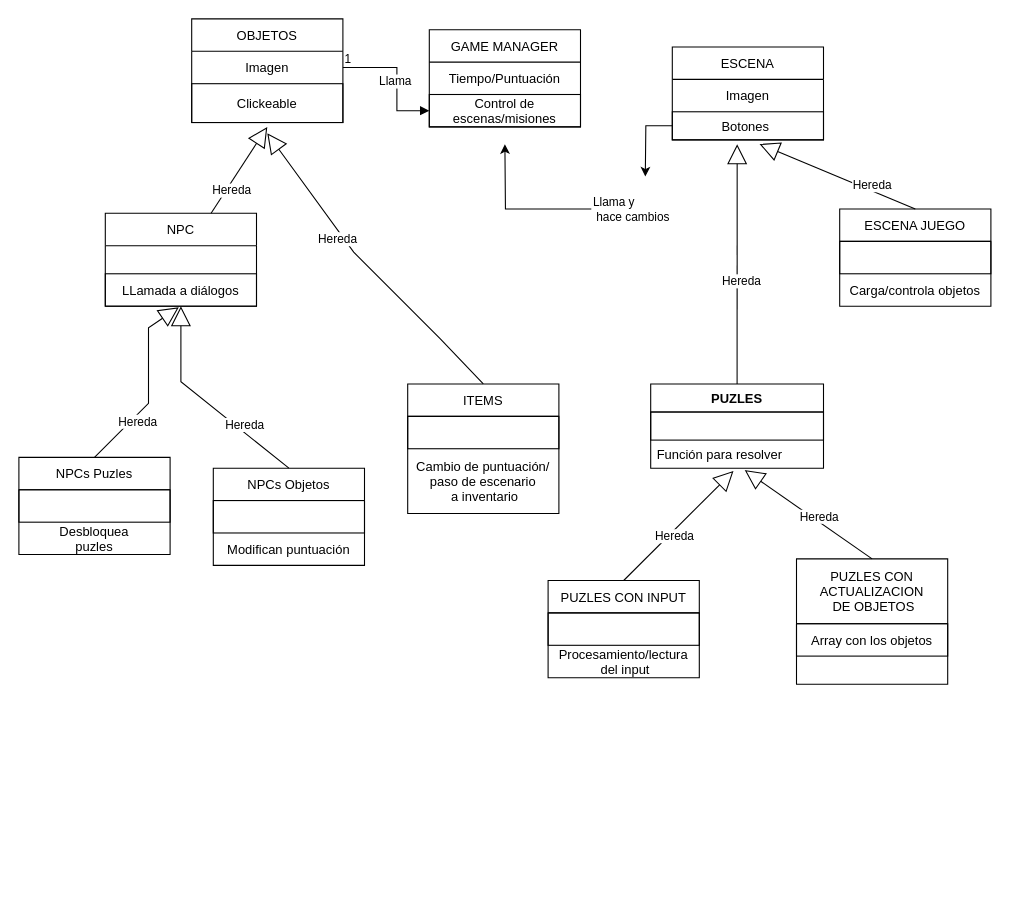
Above: assets/arte/The right man diagrama.drawio in elisatodd/Grupo-3-PVLI-2021-22 (draw.io), before the change. Source tidied: cells renumbered, new cells numbered last; positions are measured from the earlier drawing's top-left corner, leaving out a move shared by most shapes. Both pictures are drawn from the tidied source at 108%, with x=0, y=0 at pixel (18, 18).
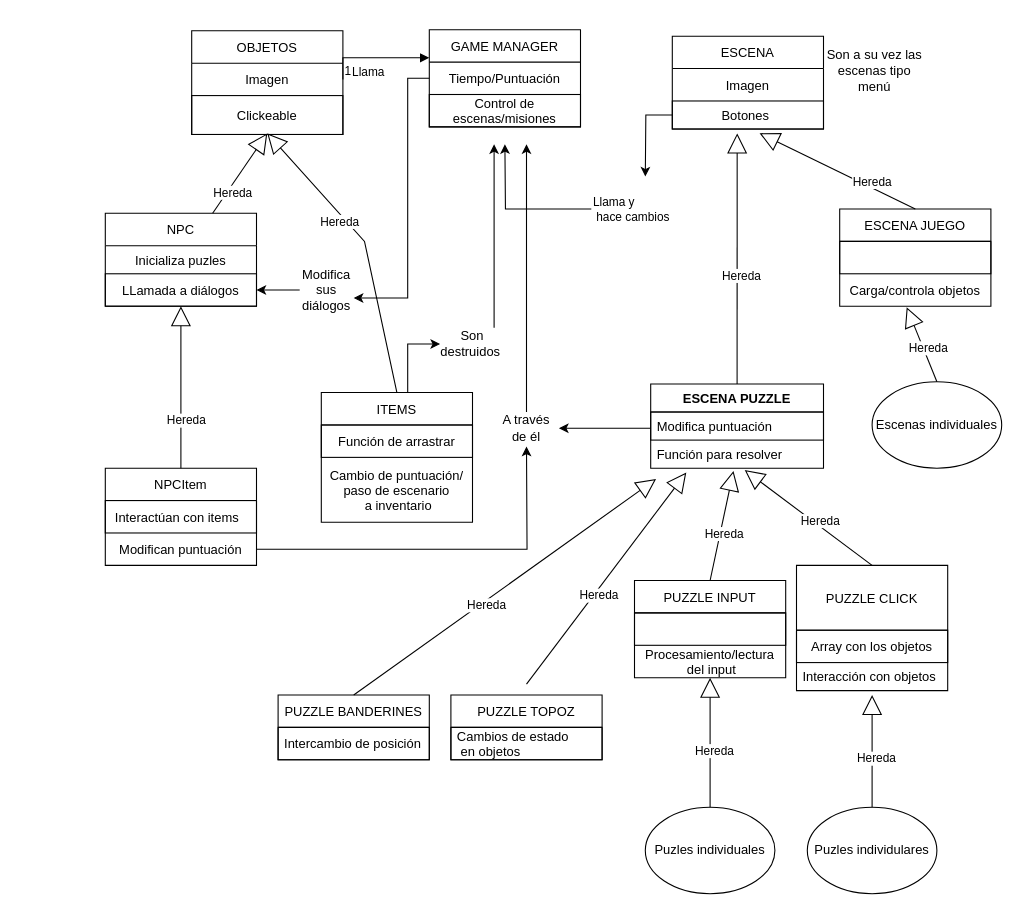
Above is the later version.

Commit message (it also covers changes not shown here):
Modificado UML

Unchanged cells that the change refers to:
```xml
<mxCell id="3" value="Imagen" style="text;strokeColor=none;fillColor=none;align=center;verticalAlign=middle;spacingLeft=4;spacingRight=4;overflow=hidden;points=[[0,0.5],[1,0.5]];portConstraint=eastwest;" parent="2" vertex="1">
  <mxGeometry y="30" width="140" height="30" as="geometry" />
</mxCell>
<mxCell id="11" value="GAME MANAGER" style="swimlane;fontStyle=0;horizontal=1;startSize=30;" parent="1" vertex="1">
  <mxGeometry x="380" y="10" width="140" height="90" as="geometry" />
</mxCell>
<mxCell id="19" value="Carga/controla objetos" style="text;strokeColor=none;fillColor=none;align=center;verticalAlign=middle;spacingLeft=4;spacingRight=4;overflow=hidden;points=[[0,0.5],[1,0.5]];portConstraint=eastwest;" parent="17" vertex="1">
  <mxGeometry y="60" width="140" height="30" as="geometry" />
</mxCell>
<mxCell id="26" value="NPC" style="swimlane;fontStyle=0;horizontal=1;startSize=30;" parent="1" vertex="1">
  <mxGeometry x="80" y="180" width="140" height="86" as="geometry" />
</mxCell>
<mxCell id="28" value="LLamada a diálogos" style="text;strokeColor=default;fillColor=none;align=center;verticalAlign=middle;spacingLeft=4;spacingRight=4;overflow=hidden;points=[[0,0.5],[1,0.5]];portConstraint=eastwest;" parent="26" vertex="1">
  <mxGeometry y="56" width="140" height="30" as="geometry" />
</mxCell>
<mxCell id="36" value="Función para resolver" style="text;strokeColor=none;fillColor=none;align=left;verticalAlign=top;spacingLeft=4;spacingRight=4;overflow=hidden;points=[[0,0.5],[1,0.5]];portConstraint=eastwest;" parent="34" vertex="1">
  <mxGeometry y="52" width="160" height="26" as="geometry" />
</mxCell>
<mxCell id="43" value="Modifican puntuación" style="text;strokeColor=none;fillColor=none;align=center;verticalAlign=middle;spacingLeft=4;spacingRight=4;overflow=hidden;points=[[0,0.5],[1,0.5]];portConstraint=eastwest;" parent="41" vertex="1">
  <mxGeometry y="60" width="140" height="30" as="geometry" />
</mxCell>
```

The edit, as a diff of the source:
```diff
@@
     <mxCell id="2" value="OBJETOS" style="swimlane;fontStyle=0;horizontal=1;startSize=30;" parent="1" vertex="1">
-      <mxGeometry x="160" width="140" height="96" as="geometry" />
+      <mxGeometry x="160" y="11" width="140" height="96" as="geometry" />
     </mxCell>
@@
-    <mxCell id="5" value="NPCs Puzles" style="swimlane;fontStyle=0;horizontal=1;startSize=30;" parent="1" vertex="1">
-      <mxGeometry y="406" width="140" height="90" as="geometry" />
-    </mxCell>
-    <mxCell id="6" value="  " style="text;strokeColor=default;fillColor=none;align=center;verticalAlign=middle;spacingLeft=4;spacingRight=4;overflow=hidden;" parent="5" vertex="1">
-      <mxGeometry y="30" width="140" height="30" as="geometry" />
-    </mxCell>
-    <mxCell id="7" value="Desbloquea &#10;puzles" style="text;strokeColor=none;fillColor=none;align=center;verticalAlign=middle;spacingLeft=4;spacingRight=4;overflow=hidden;" parent="5" vertex="1">
-      <mxGeometry y="60" width="140" height="30" as="geometry" />
-    </mxCell>
+    <mxCell id="48" style="edgeStyle=orthogonalEdgeStyle;rounded=0;jettySize=auto;html=1;entryX=0;entryY=0.5;entryDx=0;entryDy=0;" parent="1" edge="1" source="8" target="58">
+      <mxGeometry relative="1" as="geometry">
+        <Array as="points">
+          <mxPoint x="360" y="301" />
+        </Array>
+      </mxGeometry>
+    </mxCell>
     <mxCell id="8" value="ITEMS" style="swimlane;fontStyle=0;horizontal=1;startSize=30;" parent="1" vertex="1">
-      <mxGeometry x="360" y="338" width="140" height="120" as="geometry" />
+      <mxGeometry x="280" y="346" width="140" height="120" as="geometry" />
     </mxCell>
-    <mxCell id="9" value="  " style="text;strokeColor=default;fillColor=none;align=center;verticalAlign=middle;spacingLeft=4;spacingRight=4;overflow=hidden;" parent="8" vertex="1">
+    <mxCell id="9" value="Función de arrastrar" style="text;strokeColor=default;fillColor=none;align=center;verticalAlign=middle;spacingLeft=4;spacingRight=4;overflow=hidden;" parent="8" vertex="1">
       <mxGeometry y="30" width="140" height="30" as="geometry" />
     </mxCell>
@@
+    <mxCell id="49" style="edgeStyle=orthogonalEdgeStyle;rounded=0;jettySize=auto;html=1;entryX=1;entryY=0.75;entryDx=0;entryDy=0;" parent="1" edge="1" source="11" target="64">
+      <mxGeometry relative="1" as="geometry">
+        <Array as="points">
+          <mxPoint x="360" y="55" />
+          <mxPoint x="360" y="259" />
+        </Array>
+      </mxGeometry>
+    </mxCell>
@@
     <mxCell id="14" value="ESCENA" style="swimlane;fontStyle=0;horizontal=1;startSize=30;" parent="1" vertex="1">
-      <mxGeometry x="605" y="26" width="140" height="86" as="geometry" />
+      <mxGeometry x="605" y="16" width="140" height="86" as="geometry" />
     </mxCell>
@@
-    <mxCell id="20" value="PUZLES CON INPUT" style="swimlane;fontStyle=0;horizontal=1;startSize=30;" parent="1" vertex="1">
-      <mxGeometry x="490" y="520" width="140" height="90" as="geometry" />
+    <mxCell id="20" value="PUZZLE INPUT" style="swimlane;fontStyle=0;horizontal=1;startSize=30;" parent="1" vertex="1">
+      <mxGeometry x="570" y="520" width="140" height="90" as="geometry" />
     </mxCell>
@@
-    <mxCell id="23" value="PUZLES CON &#10;ACTUALIZACION&#10; DE OBJETOS" style="swimlane;fontStyle=0;horizontal=1;startSize=60;" parent="1" vertex="1">
-      <mxGeometry x="720" y="500" width="140" height="116" as="geometry" />
+    <mxCell id="23" value="PUZZLE CLICK" style="swimlane;fontStyle=0;horizontal=1;startSize=60;" parent="1" vertex="1">
+      <mxGeometry x="720" y="506" width="140" height="116" as="geometry" />
     </mxCell>
@@
-    <mxCell id="25" value="  " style="text;strokeColor=none;fillColor=none;align=left;verticalAlign=top;spacingLeft=4;spacingRight=4;overflow=hidden;points=[[0,0.5],[1,0.5]];portConstraint=eastwest;" parent="23" vertex="1">
+    <mxCell id="25" value="Interacción con objetos" style="text;strokeColor=none;fillColor=none;align=left;verticalAlign=top;spacingLeft=4;spacingRight=4;overflow=hidden;points=[[0,0.5],[1,0.5]];portConstraint=eastwest;" parent="23" vertex="1">
       <mxGeometry y="90" width="140" height="26" as="geometry" />
     </mxCell>
@@
-    <mxCell id="27" value="  " style="text;strokeColor=none;fillColor=none;align=left;verticalAlign=top;spacingLeft=4;spacingRight=4;overflow=hidden;" parent="26" vertex="1">
+    <mxCell id="27" value="Inicializa puzles" style="text;strokeColor=none;fillColor=none;align=center;verticalAlign=top;spacingLeft=4;spacingRight=4;overflow=hidden;" parent="26" vertex="1">
       <mxGeometry y="30" width="140" height="26" as="geometry" />
     </mxCell>
@@
-    <mxCell id="29" value="Llama" style="endArrow=block;endFill=1;html=1;edgeStyle=orthogonalEdgeStyle;align=left;verticalAlign=top;rounded=0;exitX=1;exitY=0.5;exitDx=0;exitDy=0;entryX=0;entryY=0.5;entryDx=0;entryDy=0;" parent="1" edge="1" source="3">
+    <mxCell id="29" value="Llama" style="endArrow=block;endFill=1;html=1;edgeStyle=orthogonalEdgeStyle;align=left;verticalAlign=top;rounded=0;exitX=1;exitY=0.5;exitDx=0;exitDy=0;" parent="1" edge="1" source="3">
       <mxGeometry x="-0.47" relative="1" as="geometry">
-        <mxPoint x="380" y="85" as="targetPoint" />
+        <mxPoint x="380" y="36" as="targetPoint" />
         <Array as="points">
-          <mxPoint x="350" y="45" />
-          <mxPoint x="350" y="85" />
+          <mxPoint x="300" y="36" />
         </Array>
       </mxGeometry>
     </mxCell>
@@
-    <mxCell id="31" value="Hereda" style="endArrow=block;endSize=16;endFill=0;html=1;rounded=0;exitX=0.5;exitY=0;exitDx=0;exitDy=0;entryX=0.486;entryY=1.033;entryDx=0;entryDy=0;entryPerimeter=0;" parent="1" edge="1" source="5" target="28">
-      <mxGeometry x="-0.42" y="-5" relative="1" as="geometry">
-        <Array as="points">
-          <mxPoint x="120" y="356" />
-          <mxPoint x="120" y="286" />
-        </Array>
-      </mxGeometry>
-    </mxCell>
     <mxCell id="32" value="Hereda" style="endArrow=block;endSize=16;endFill=0;html=1;rounded=0;exitX=0.5;exitY=0;exitDx=0;exitDy=0;" parent="1" edge="1" source="8">
       <mxGeometry x="0.24" y="5" relative="1" as="geometry">
         <mxPoint x="230" y="106" as="targetPoint" />
         <Array as="points">
-          <mxPoint x="390" y="296" />
-          <mxPoint x="310" y="216" />
+          <mxPoint x="320" y="206" />
         </Array>
       </mxGeometry>
     </mxCell>
@@
-    <mxCell id="34" value="PUZLES" style="swimlane;fontStyle=1;align=center;verticalAlign=top;horizontal=1;startSize=26;strokeColor=default;fillColor=none;" parent="1" vertex="1">
+    <mxCell id="34" value="ESCENA PUZZLE" style="swimlane;fontStyle=1;align=center;verticalAlign=top;horizontal=1;startSize=26;strokeColor=default;fillColor=none;" parent="1" vertex="1">
       <mxGeometry x="585" y="338" width="160" height="78" as="geometry" />
     </mxCell>
-    <mxCell id="35" value=" " style="text;strokeColor=default;fillColor=none;align=left;verticalAlign=top;spacingLeft=4;spacingRight=4;overflow=hidden;points=[[0,0.5],[1,0.5]];portConstraint=eastwest;" parent="34" vertex="1">
+    <mxCell id="35" value="Modifica puntuación" style="text;strokeColor=default;fillColor=none;align=left;verticalAlign=top;spacingLeft=4;spacingRight=4;overflow=hidden;points=[[0,0.5],[1,0.5]];portConstraint=eastwest;" parent="34" vertex="1">
       <mxGeometry y="26" width="160" height="26" as="geometry" />
     </mxCell>
@@
     <mxCell id="38" value="Hereda" style="endArrow=block;endSize=16;endFill=0;html=1;rounded=0;" parent="1" edge="1" source="26">
       <mxGeometry x="-0.42" y="-5" relative="1" as="geometry">
-        <mxPoint x="230" y="100" as="targetPoint" />
+        <mxPoint x="230" y="106" as="targetPoint" />
       </mxGeometry>
     </mxCell>
@@
-    <mxCell id="41" value="NPCs Objetos" style="swimlane;fontStyle=0;horizontal=1;startSize=30;" parent="1" vertex="1">
-      <mxGeometry x="180" y="416" width="140" height="90" as="geometry" />
+    <mxCell id="41" value="NPCItem" style="swimlane;fontStyle=0;horizontal=1;startSize=30;" parent="1" vertex="1">
+      <mxGeometry x="80" y="416" width="140" height="90" as="geometry" />
     </mxCell>
-    <mxCell id="42" value="  " style="text;strokeColor=default;fillColor=none;align=center;verticalAlign=middle;spacingLeft=4;spacingRight=4;overflow=hidden;" parent="41" vertex="1">
+    <mxCell id="42" value="Interactúan con items  " style="text;strokeColor=default;fillColor=none;align=center;verticalAlign=middle;spacingLeft=4;spacingRight=4;overflow=hidden;" parent="41" vertex="1">
       <mxGeometry y="30" width="140" height="30" as="geometry" />
     </mxCell>
@@
+    <mxCell id="50" value="Puzles individulares" style="ellipse;whiteSpace=wrap;html=1;align=center;" parent="1" vertex="1">
+      <mxGeometry x="730" y="730" width="120" height="80" as="geometry" />
+    </mxCell>
+    <mxCell id="51" value="Hereda" style="endArrow=block;endSize=16;endFill=0;html=1;rounded=0;entryX=0.5;entryY=1.154;entryDx=0;entryDy=0;entryPerimeter=0;exitX=0.5;exitY=0;exitDx=0;exitDy=0;" parent="1" edge="1" source="50" target="25">
+      <mxGeometry x="-0.14" y="-4" relative="1" as="geometry" />
+    </mxCell>
+    <mxCell id="52" value="Puzles individuales" style="ellipse;whiteSpace=wrap;html=1;align=center;" parent="1" vertex="1">
+      <mxGeometry x="580" y="730" width="120" height="80" as="geometry" />
+    </mxCell>
+    <mxCell id="53" value="Hereda" style="endArrow=block;endSize=16;endFill=0;html=1;rounded=0;entryX=0.5;entryY=1.154;entryDx=0;entryDy=0;entryPerimeter=0;exitX=0.5;exitY=0;exitDx=0;exitDy=0;" parent="1" edge="1" source="52">
+      <mxGeometry x="-0.14" y="-4" relative="1" as="geometry">
+        <mxPoint x="640" y="610" as="targetPoint" />
+      </mxGeometry>
+    </mxCell>
+    <mxCell id="54" value="Escenas individuales" style="ellipse;whiteSpace=wrap;html=1;align=center;" parent="1" vertex="1">
+      <mxGeometry x="790" y="336" width="120" height="80" as="geometry" />
+    </mxCell>
+    <mxCell id="55" value="Hereda" style="endArrow=block;endSize=16;endFill=0;html=1;rounded=0;entryX=0.443;entryY=1.033;entryDx=0;entryDy=0;entryPerimeter=0;exitX=0.5;exitY=0;exitDx=0;exitDy=0;" parent="1" edge="1" source="54" target="19">
+      <mxGeometry x="-0.14" y="-4" relative="1" as="geometry" />
+    </mxCell>
+    <mxCell id="56" value="Son a su vez las escenas tipo menú" style="text;html=1;strokeColor=none;fillColor=none;align=center;verticalAlign=middle;whiteSpace=wrap;rounded=0;" parent="1" vertex="1">
+      <mxGeometry x="745" y="15" width="95" height="66" as="geometry" />
+    </mxCell>
+    <mxCell id="57" style="edgeStyle=orthogonalEdgeStyle;rounded=0;jettySize=auto;html=1;" parent="1" edge="1" source="58">
+      <mxGeometry relative="1" as="geometry">
+        <mxPoint x="440" y="116" as="targetPoint" />
+        <Array as="points">
+          <mxPoint x="440" y="246" />
+          <mxPoint x="440" y="246" />
+        </Array>
+      </mxGeometry>
+    </mxCell>
+    <mxCell id="58" value="Son destruidos&amp;nbsp;" style="text;html=1;strokeColor=none;fillColor=none;align=center;verticalAlign=middle;whiteSpace=wrap;rounded=0;" parent="1" vertex="1">
+      <mxGeometry x="390" y="286" width="60" height="30" as="geometry" />
+    </mxCell>
+    <mxCell id="59" style="edgeStyle=orthogonalEdgeStyle;rounded=0;jettySize=auto;html=1;" parent="1" edge="1" source="61">
+      <mxGeometry relative="1" as="geometry">
+        <mxPoint x="470" y="116" as="targetPoint" />
+      </mxGeometry>
+    </mxCell>
+    <mxCell id="60" style="edgeStyle=orthogonalEdgeStyle;rounded=0;jettySize=auto;html=1;entryX=1;entryY=0.5;entryDx=0;entryDy=0;" parent="1" edge="1" source="35" target="61">
+      <mxGeometry relative="1" as="geometry">
+        <Array as="points">
+          <mxPoint x="560" y="379" />
+          <mxPoint x="560" y="379" />
+        </Array>
+      </mxGeometry>
+    </mxCell>
+    <mxCell id="61" value="A través de él" style="text;html=1;strokeColor=none;fillColor=none;align=center;verticalAlign=middle;whiteSpace=wrap;rounded=0;" parent="1" vertex="1">
+      <mxGeometry x="440" y="364" width="60" height="30" as="geometry" />
+    </mxCell>
+    <mxCell id="62" style="edgeStyle=orthogonalEdgeStyle;rounded=0;jettySize=auto;html=1;" parent="1" edge="1" source="43">
+      <mxGeometry relative="1" as="geometry">
+        <mxPoint x="470" y="396" as="targetPoint" />
+      </mxGeometry>
+    </mxCell>
+    <mxCell id="63" style="edgeStyle=orthogonalEdgeStyle;rounded=0;jettySize=auto;html=1;" parent="1" edge="1" source="64" target="28">
+      <mxGeometry relative="1" as="geometry" />
+    </mxCell>
+    <mxCell id="64" value="Modifica sus diálogos" style="text;html=1;strokeColor=none;fillColor=none;align=center;verticalAlign=middle;whiteSpace=wrap;rounded=0;" parent="1" vertex="1">
+      <mxGeometry x="260" y="236" width="50" height="30" as="geometry" />
+    </mxCell>
+    <mxCell id="65" value="PUZZLE TOPOZ" style="swimlane;fontStyle=0;horizontal=1;startSize=30;" parent="1" vertex="1">
+      <mxGeometry x="400" y="626" width="140" height="60" as="geometry" />
+    </mxCell>
+    <mxCell id="66" value="Cambios de estado&#10; en objetos" style="text;strokeColor=default;fillColor=none;align=left;verticalAlign=middle;spacingLeft=4;spacingRight=4;overflow=hidden;" parent="65" vertex="1">
+      <mxGeometry y="30" width="140" height="30" as="geometry" />
+    </mxCell>
+    <mxCell id="67" value="PUZZLE BANDERINES" style="swimlane;fontStyle=0;horizontal=1;startSize=30;" parent="1" vertex="1">
+      <mxGeometry x="240" y="626" width="140" height="60" as="geometry" />
+    </mxCell>
+    <mxCell id="68" value="Intercambio de posición" style="text;strokeColor=default;fillColor=none;align=left;verticalAlign=middle;spacingLeft=4;spacingRight=4;overflow=hidden;" parent="67" vertex="1">
+      <mxGeometry y="30" width="140" height="30" as="geometry" />
+    </mxCell>
+    <mxCell id="69" value="Hereda" style="endArrow=block;endSize=16;endFill=0;html=1;rounded=0;entryX=0.206;entryY=1.154;entryDx=0;entryDy=0;entryPerimeter=0;" parent="1" edge="1" target="36">
+      <mxGeometry x="-0.14" y="-4" relative="1" as="geometry">
+        <mxPoint x="470" y="616" as="sourcePoint" />
+      </mxGeometry>
+    </mxCell>
+    <mxCell id="70" value="Hereda" style="endArrow=block;endSize=16;endFill=0;html=1;rounded=0;entryX=0.031;entryY=1.385;entryDx=0;entryDy=0;entryPerimeter=0;exitX=0.5;exitY=0;exitDx=0;exitDy=0;" parent="1" edge="1" source="67" target="36">
+      <mxGeometry x="-0.14" y="-4" relative="1" as="geometry" />
+    </mxCell>
```
